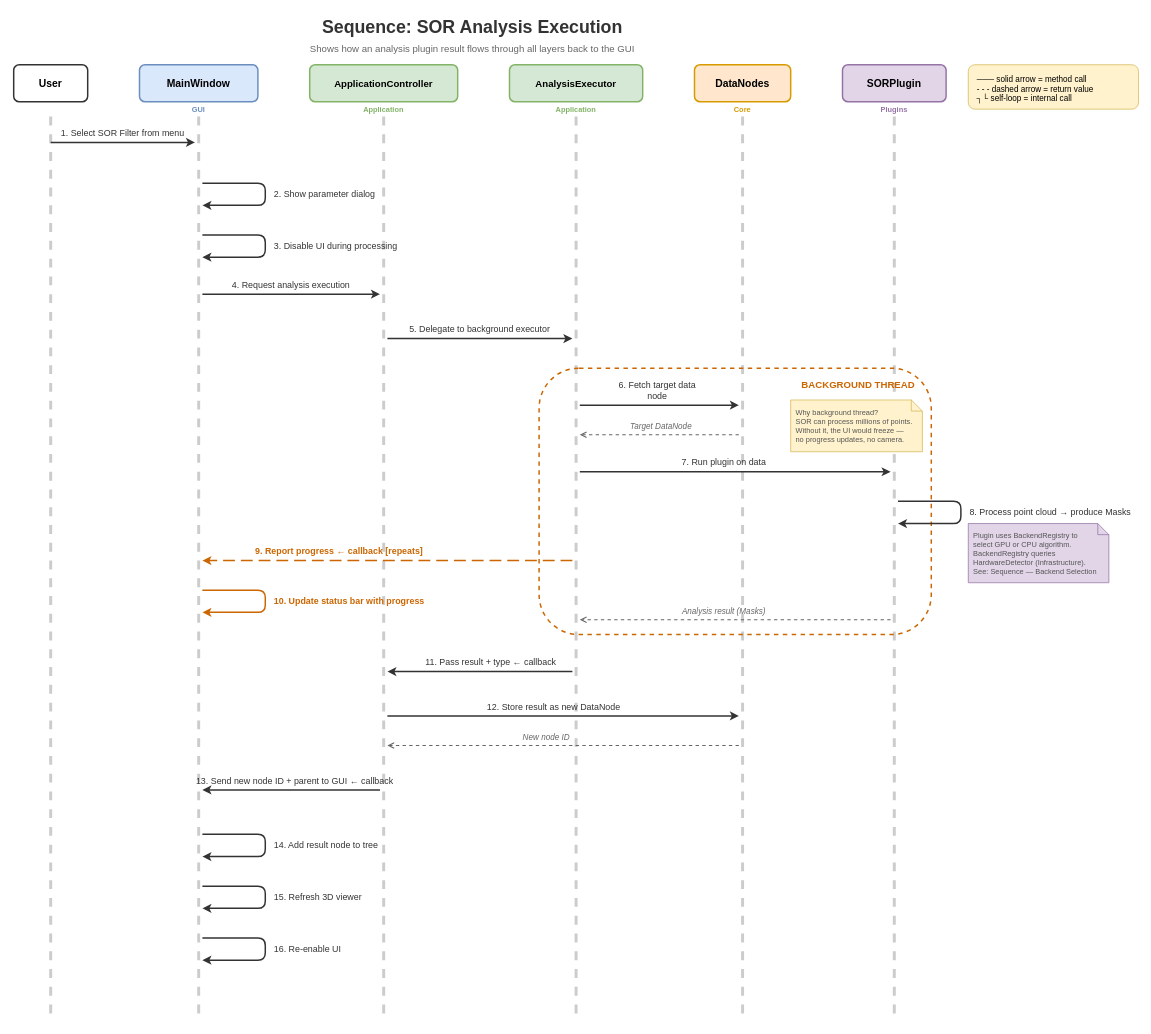
Before: docs/sequence_run_analysis.drawio in Sepehr-Sobhani-AU/SPCToolkit, a draw.io diagram. Source tidied: cells renumbered, new cells numbered last; positions are measured from the earlier drawing's top-left corner, leaving out a move shared by most shapes. Both pictures are drawn from the tidied source at 74%, with x=0, y=0 at pixel (13, 13).
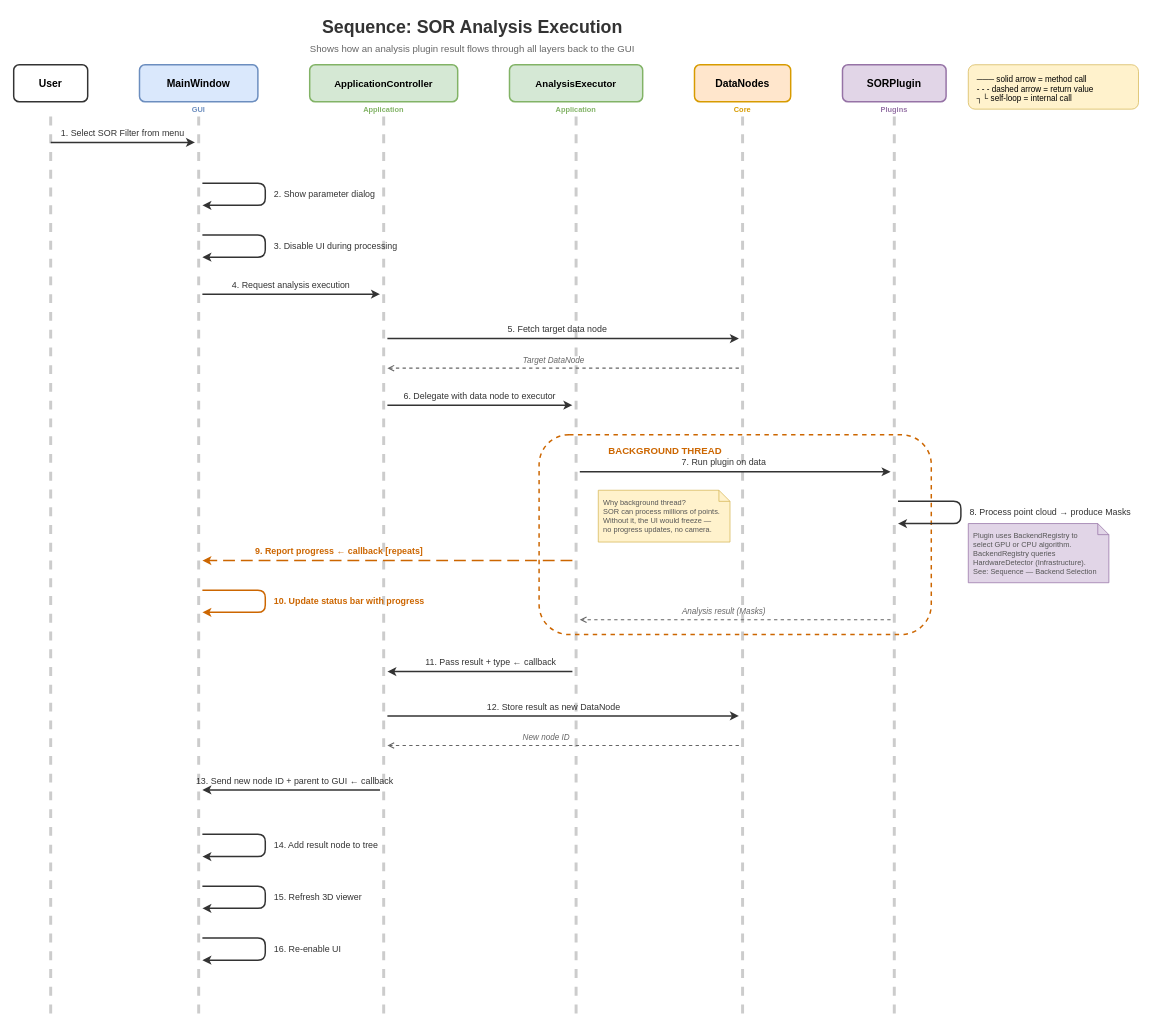
The same page after the edit.

Commit message (it also covers changes not shown here):
Fix sequence diagram: move DataNode fetch before background thread

ApplicationController now fetches the target DataNode (step 5) before
delegating to AnalysisExecutor (step 6), matching the planned architecture.
Also adds exported JPG diagrams for quick reference.

Diff of the diagram source:
```diff
@@
     <mxCell id="30" style="endArrow=classic;html=1;strokeWidth=2;strokeColor=#333333;" parent="1" edge="1">
       <mxGeometry relative="1" as="geometry">
         <mxPoint x="505" y="440" as="sourcePoint" />
-        <mxPoint x="755" y="440" as="targetPoint" />
+        <mxPoint x="980" y="440" as="targetPoint" />
       </mxGeometry>
     </mxCell>
-    <mxCell id="31" value="5. Delegate to background executor" style="text;html=1;strokeColor=none;fillColor=none;align=center;verticalAlign=bottom;whiteSpace=wrap;rounded=0;fontSize=12;fontColor=#333333;" parent="1" vertex="1">
-      <mxGeometry x="505" y="415" width="250" height="22" as="geometry" />
+    <mxCell id="31" value="5. Fetch target data node" style="text;html=1;strokeColor=none;fillColor=none;align=center;verticalAlign=bottom;whiteSpace=wrap;rounded=0;fontSize=12;fontColor=#333333;" parent="1" vertex="1">
+      <mxGeometry x="610" y="415" width="250" height="22" as="geometry" />
     </mxCell>
+    <mxCell id="63" style="endArrow=open;dashed=1;html=1;strokeWidth=1.5;strokeColor=#666666;" parent="1" edge="1">
+      <mxGeometry relative="1" as="geometry">
+        <mxPoint x="980" y="480" as="sourcePoint" />
+        <mxPoint x="505" y="480" as="targetPoint" />
+      </mxGeometry>
+    </mxCell>
+    <mxCell id="37" value="Target DataNode" style="text;html=1;strokeColor=none;fillColor=none;align=center;verticalAlign=bottom;whiteSpace=wrap;rounded=0;fontSize=11;fontColor=#666666;fontStyle=2;" parent="1" vertex="1">
+      <mxGeometry x="630" y="458" width="200" height="20" as="geometry" />
+    </mxCell>
+    <mxCell id="34" style="endArrow=classic;html=1;strokeWidth=2;strokeColor=#333333;" parent="1" edge="1">
+      <mxGeometry relative="1" as="geometry">
+        <mxPoint x="505" y="530" as="sourcePoint" />
+        <mxPoint x="755" y="530" as="targetPoint" />
+      </mxGeometry>
+    </mxCell>
+    <mxCell id="35" value="6. Delegate with data node to executor" style="text;html=1;strokeColor=none;fillColor=none;align=center;verticalAlign=bottom;whiteSpace=wrap;rounded=0;fontSize=12;fontColor=#333333;" parent="1" vertex="1">
+      <mxGeometry x="505" y="505" width="250" height="22" as="geometry" />
+    </mxCell>
-    <mxCell id="32" value="&lt;blockquote style=&quot;margin: 0 0 0 40px; border: none; padding: 0px;&quot;&gt;&lt;blockquote style=&quot;margin: 0 0 0 40px; border: none; padding: 0px;&quot;&gt;&lt;div style=&quot;padding-top: 0px; padding-right: 20px;&quot;&gt;&lt;span style=&quot;background-color: transparent; color: light-dark(rgb(204, 102, 0), rgb(212, 125, 37));&quot;&gt;BACKGROUND THREAD&lt;/span&gt;&lt;/div&gt;&lt;/blockquote&gt;&lt;/blockquote&gt;" style="rounded=1;whiteSpace=wrap;html=1;fillColor=none;strokeColor=#cc6600;strokeWidth=2;dashed=1;verticalAlign=top;align=right;spacingLeft=12;spacingTop=8;fontSize=13;fontStyle=1;fontColor=#cc6600;" parent="1" vertex="1">
-      <mxGeometry x="710" y="480" width="530" height="360" as="geometry" />
+    <mxCell id="32" value="&lt;blockquote style=&quot;margin: 0 0 0 40px; border: none; padding: 0px;&quot;&gt;&lt;blockquote style=&quot;margin: 0 0 0 40px; border: none; padding: 0px;&quot;&gt;&lt;div style=&quot;padding-top: 0px; padding-right: 0px; margin-right: 0px; padding-bottom: 0px;&quot;&gt;&lt;span style=&quot;background-color: transparent; color: light-dark(rgb(204, 102, 0), rgb(212, 125, 37));&quot;&gt;BACKGROUND THREAD&lt;/span&gt;&lt;/div&gt;&lt;/blockquote&gt;&lt;/blockquote&gt;" style="rounded=1;whiteSpace=wrap;html=1;fillColor=none;strokeColor=#cc6600;strokeWidth=2;dashed=1;verticalAlign=top;align=left;spacingLeft=12;spacingTop=8;fontSize=13;fontStyle=1;fontColor=#cc6600;" parent="1" vertex="1">
+      <mxGeometry x="710" y="570" width="530" height="270" as="geometry" />
     </mxCell>
     <mxCell id="33" value="Why background thread?&#10;SOR can process millions of points.&#10;Without it, the UI would freeze —&#10;no progress updates, no camera." style="shape=note;whiteSpace=wrap;html=1;backgroundOutline=1;size=15;fillColor=#fff2cc;strokeColor=#d6b656;fontSize=10;align=left;spacingLeft=5;fontColor=#555555;" parent="1" vertex="1">
-      <mxGeometry x="1050" y="523" width="178" height="70" as="geometry" />
+      <mxGeometry x="790" y="645" width="178" height="70" as="geometry" />
     </mxCell>
-    <mxCell id="34" style="endArrow=classic;html=1;strokeWidth=2;strokeColor=#333333;" parent="1" edge="1">
-      <mxGeometry relative="1" as="geometry">
-        <mxPoint x="765" y="530" as="sourcePoint" />
-        <mxPoint x="980" y="530" as="targetPoint" />
-      </mxGeometry>
-    </mxCell>
-    <mxCell id="35" value="6. Fetch target data node" style="text;html=1;strokeColor=none;fillColor=none;align=center;verticalAlign=bottom;whiteSpace=wrap;rounded=0;fontSize=12;fontColor=#333333;" parent="1" vertex="1">
-      <mxGeometry x="810" y="507" width="120" height="20" as="geometry" />
-    </mxCell>
-    <mxCell id="36" style="endArrow=open;dashed=1;html=1;strokeWidth=1.5;strokeColor=#666666;" parent="1" edge="1">
-      <mxGeometry relative="1" as="geometry">
-        <mxPoint x="980" y="570" as="sourcePoint" />
-        <mxPoint x="765" y="570" as="targetPoint" />
-      </mxGeometry>
-    </mxCell>
-    <mxCell id="37" value="Target DataNode" style="text;html=1;strokeColor=none;fillColor=none;align=center;verticalAlign=bottom;whiteSpace=wrap;rounded=0;fontSize=11;fontColor=#666666;fontStyle=2;" parent="1" vertex="1">
-      <mxGeometry x="820" y="548" width="110" height="20" as="geometry" />
-    </mxCell>
```
